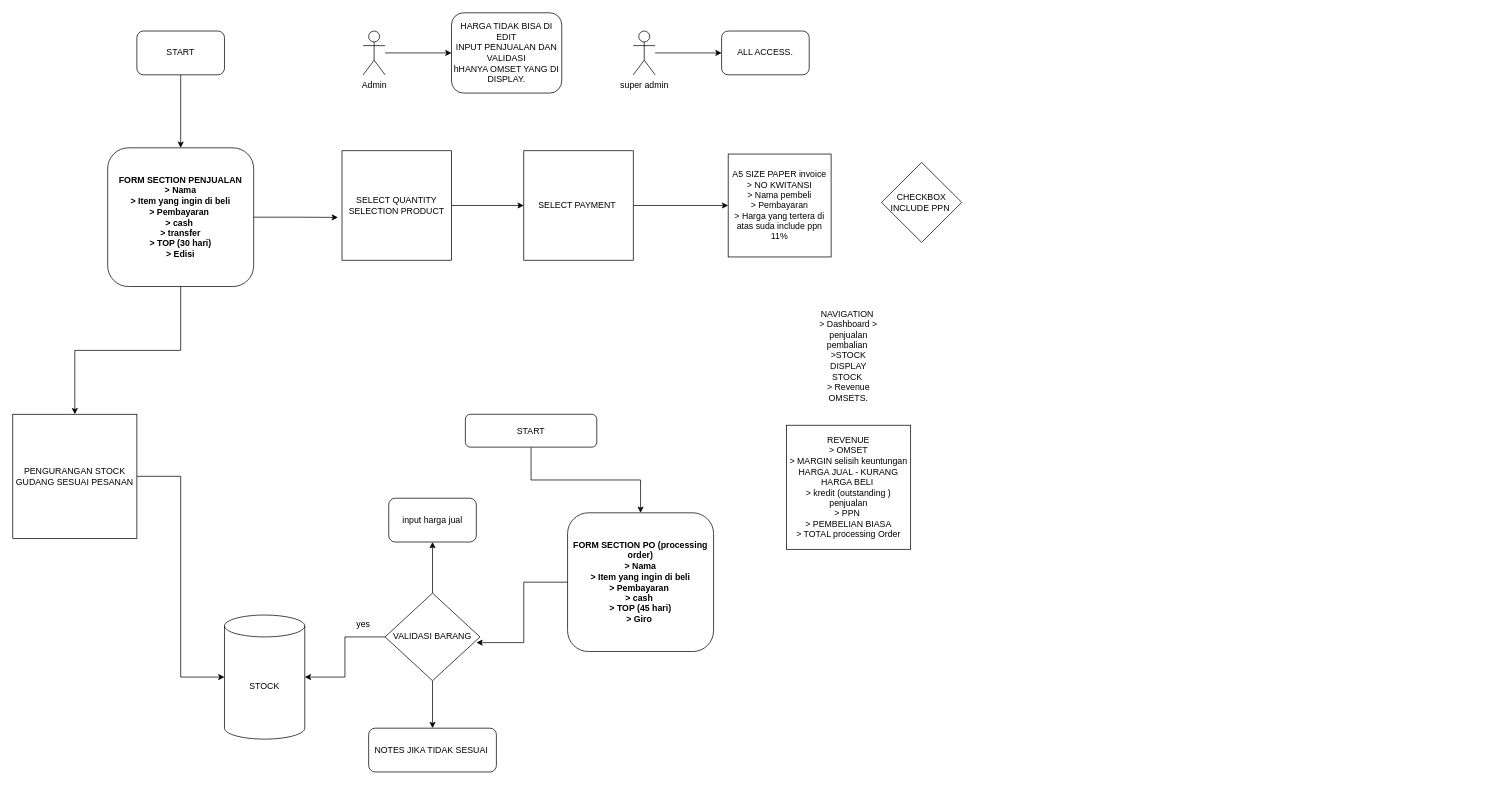
azzaky9/feature-docs keeps this draw.io diagram as flow.drawio. Above is the earlier version. Source tidied: cells renumbered, new cells numbered last; positions are measured from the earlier drawing's top-left corner, leaving out a move shared by most shapes. Both pictures are drawn from the tidied source at 73%, with x=0, y=0 at pixel (12, 12).
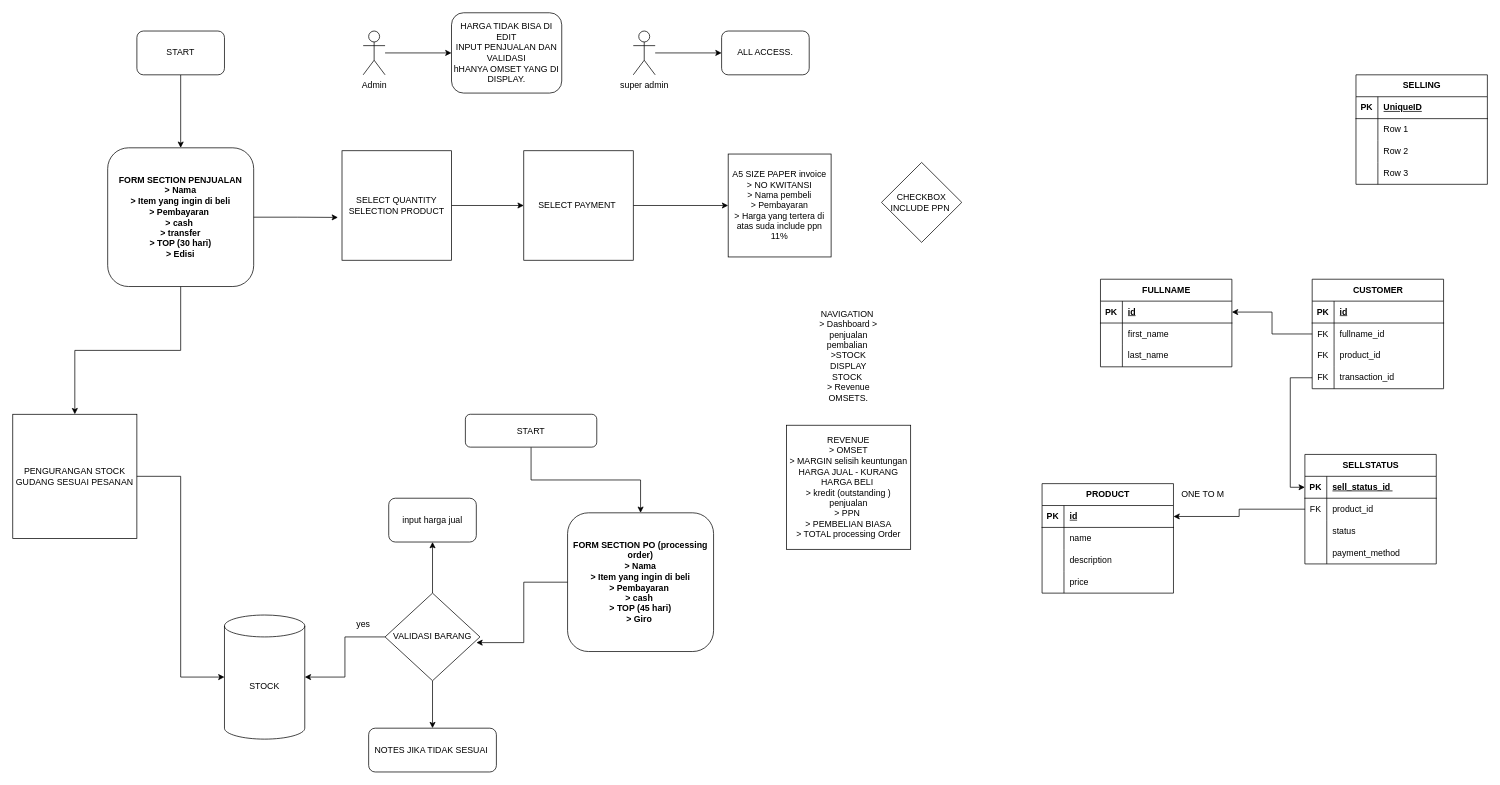
The same page after the edit.

Change to the diagram source:
```diff
@@
+    <mxCell id="36" style="edgeStyle=orthogonalEdgeStyle;rounded=0;jettySize=auto;html=1;entryX=1;entryY=0.5;entryDx=0;entryDy=0;" parent="1" edge="1" source="37" target="77">
+      <mxGeometry relative="1" as="geometry" />
+    </mxCell>
+    <mxCell id="37" value="CUSTOMER" style="shape=table;startSize=30;childLayout=tableLayout;rowLines=0;fontStyle=1;align=center;html=1;" parent="1" vertex="1">
+      <mxGeometry x="1780" y="365" width="180" height="150" as="geometry" />
+    </mxCell>
+    <mxCell id="38" style="shape=tableRow;horizontal=0;startSize=0;swimlaneHead=0;swimlaneBody=0;fillColor=none;top=0;left=0;right=0;bottom=1;" parent="37" vertex="1">
+      <mxGeometry y="30" width="180" height="30" as="geometry" />
+    </mxCell>
+    <mxCell id="39" value="PK" style="shape=partialRectangle;fillColor=none;top=0;left=0;bottom=0;right=0;fontStyle=1;overflow=hidden;whiteSpace=wrap;html=1;" parent="38" vertex="1">
+      <mxGeometry width="30" height="30" as="geometry" />
+    </mxCell>
+    <mxCell id="40" value="id" style="shape=partialRectangle;fillColor=none;top=0;left=0;bottom=0;right=0;align=left;spacingLeft=6;fontStyle=5;overflow=hidden;whiteSpace=wrap;html=1;" parent="38" vertex="1">
+      <mxGeometry x="30" width="150" height="30" as="geometry" />
+    </mxCell>
+    <mxCell id="41" style="shape=tableRow;horizontal=0;startSize=0;swimlaneHead=0;swimlaneBody=0;fillColor=none;top=0;left=0;right=0;bottom=0;" parent="37" vertex="1">
+      <mxGeometry y="60" width="180" height="30" as="geometry" />
+    </mxCell>
+    <mxCell id="42" value="FK" style="shape=partialRectangle;fillColor=none;top=0;left=0;bottom=0;right=0;overflow=hidden;whiteSpace=wrap;html=1;" parent="41" vertex="1">
+      <mxGeometry width="30" height="30" as="geometry" />
+    </mxCell>
+    <mxCell id="43" value="fullname_id" style="shape=partialRectangle;fillColor=none;top=0;left=0;bottom=0;right=0;align=left;spacingLeft=6;overflow=hidden;whiteSpace=wrap;html=1;" parent="41" vertex="1">
+      <mxGeometry x="30" width="150" height="30" as="geometry" />
+    </mxCell>
+    <mxCell id="44" style="shape=tableRow;horizontal=0;startSize=0;swimlaneHead=0;swimlaneBody=0;fillColor=none;top=0;left=0;right=0;bottom=0;" parent="37" vertex="1">
+      <mxGeometry y="90" width="180" height="30" as="geometry" />
+    </mxCell>
+    <mxCell id="45" value="FK" style="shape=partialRectangle;fillColor=none;top=0;left=0;bottom=0;right=0;overflow=hidden;whiteSpace=wrap;html=1;" parent="44" vertex="1">
+      <mxGeometry width="30" height="30" as="geometry" />
+    </mxCell>
+    <mxCell id="46" value="product_id" style="shape=partialRectangle;fillColor=none;top=0;left=0;bottom=0;right=0;align=left;spacingLeft=6;overflow=hidden;whiteSpace=wrap;html=1;" parent="44" vertex="1">
+      <mxGeometry x="30" width="150" height="30" as="geometry" />
+    </mxCell>
+    <mxCell id="47" style="shape=tableRow;horizontal=0;startSize=0;swimlaneHead=0;swimlaneBody=0;fillColor=none;points=[[0,0.5],[1,0.5]];portConstraint=eastwest;top=0;left=0;right=0;bottom=0;" parent="37" vertex="1">
+      <mxGeometry y="120" width="180" height="30" as="geometry" />
+    </mxCell>
+    <mxCell id="48" value="FK" style="shape=partialRectangle;fillColor=none;top=0;left=0;bottom=0;right=0;overflow=hidden;whiteSpace=wrap;html=1;" parent="47" vertex="1">
+      <mxGeometry width="30" height="30" as="geometry" />
+    </mxCell>
+    <mxCell id="49" value="transaction_id&lt;br&gt;" style="shape=partialRectangle;fillColor=none;top=0;left=0;bottom=0;right=0;align=left;spacingLeft=6;overflow=hidden;whiteSpace=wrap;html=1;" parent="47" vertex="1">
+      <mxGeometry x="30" width="150" height="30" as="geometry" />
+    </mxCell>
+    <mxCell id="50" value="PRODUCT" style="shape=table;startSize=30;childLayout=tableLayout;rowLines=0;fontStyle=1;align=center;html=1;" parent="1" vertex="1">
+      <mxGeometry x="1410" y="645" width="180" height="150" as="geometry" />
+    </mxCell>
+    <mxCell id="51" style="shape=tableRow;horizontal=0;startSize=0;swimlaneHead=0;swimlaneBody=0;fillColor=none;points=[[0,0.5],[1,0.5]];portConstraint=eastwest;top=0;left=0;right=0;bottom=1;" parent="50" vertex="1">
+      <mxGeometry y="30" width="180" height="30" as="geometry" />
+    </mxCell>
+    <mxCell id="52" value="PK" style="shape=partialRectangle;fillColor=none;top=0;left=0;bottom=0;right=0;fontStyle=1;overflow=hidden;whiteSpace=wrap;html=1;" parent="51" vertex="1">
+      <mxGeometry width="30" height="30" as="geometry" />
+    </mxCell>
+    <mxCell id="53" value="id" style="shape=partialRectangle;fillColor=none;top=0;left=0;bottom=0;right=0;align=left;spacingLeft=6;fontStyle=5;overflow=hidden;whiteSpace=wrap;html=1;" parent="51" vertex="1">
+      <mxGeometry x="30" width="150" height="30" as="geometry" />
+    </mxCell>
+    <mxCell id="54" style="shape=tableRow;horizontal=0;startSize=0;swimlaneHead=0;swimlaneBody=0;fillColor=none;top=0;left=0;right=0;bottom=0;" parent="50" vertex="1">
+      <mxGeometry y="60" width="180" height="30" as="geometry" />
+    </mxCell>
+    <mxCell id="55" style="shape=partialRectangle;fillColor=none;top=0;left=0;bottom=0;right=0;overflow=hidden;whiteSpace=wrap;html=1;" parent="54" vertex="1">
+      <mxGeometry width="30" height="30" as="geometry" />
+    </mxCell>
+    <mxCell id="56" value="name" style="shape=partialRectangle;fillColor=none;top=0;left=0;bottom=0;right=0;align=left;spacingLeft=6;overflow=hidden;whiteSpace=wrap;html=1;" parent="54" vertex="1">
+      <mxGeometry x="30" width="150" height="30" as="geometry" />
+    </mxCell>
+    <mxCell id="57" style="shape=tableRow;horizontal=0;startSize=0;swimlaneHead=0;swimlaneBody=0;fillColor=none;top=0;left=0;right=0;bottom=0;" parent="50" vertex="1">
+      <mxGeometry y="90" width="180" height="30" as="geometry" />
+    </mxCell>
+    <mxCell id="58" style="shape=partialRectangle;fillColor=none;top=0;left=0;bottom=0;right=0;overflow=hidden;whiteSpace=wrap;html=1;" parent="57" vertex="1">
+      <mxGeometry width="30" height="30" as="geometry" />
+    </mxCell>
+    <mxCell id="59" value="description" style="shape=partialRectangle;fillColor=none;top=0;left=0;bottom=0;right=0;align=left;spacingLeft=6;overflow=hidden;whiteSpace=wrap;html=1;" parent="57" vertex="1">
+      <mxGeometry x="30" width="150" height="30" as="geometry" />
+    </mxCell>
+    <mxCell id="60" style="shape=tableRow;horizontal=0;startSize=0;swimlaneHead=0;swimlaneBody=0;fillColor=none;top=0;left=0;right=0;bottom=0;" parent="50" vertex="1">
+      <mxGeometry y="120" width="180" height="30" as="geometry" />
+    </mxCell>
+    <mxCell id="61" style="shape=partialRectangle;fillColor=none;top=0;left=0;bottom=0;right=0;overflow=hidden;whiteSpace=wrap;html=1;" parent="60" vertex="1">
+      <mxGeometry width="30" height="30" as="geometry" />
+    </mxCell>
+    <mxCell id="62" value="price" style="shape=partialRectangle;fillColor=none;top=0;left=0;bottom=0;right=0;align=left;spacingLeft=6;overflow=hidden;whiteSpace=wrap;html=1;" parent="60" vertex="1">
+      <mxGeometry x="30" width="150" height="30" as="geometry" />
+    </mxCell>
+    <mxCell id="63" value="SELLING" style="shape=table;startSize=30;childLayout=tableLayout;rowLines=0;fontStyle=1;align=center;html=1;" parent="1" vertex="1">
+      <mxGeometry x="1840" y="85" width="180" height="150" as="geometry" />
+    </mxCell>
+    <mxCell id="64" style="shape=tableRow;horizontal=0;startSize=0;swimlaneHead=0;swimlaneBody=0;fillColor=none;top=0;left=0;right=0;bottom=1;" parent="63" vertex="1">
+      <mxGeometry y="30" width="180" height="30" as="geometry" />
+    </mxCell>
+    <mxCell id="65" value="PK" style="shape=partialRectangle;fillColor=none;top=0;left=0;bottom=0;right=0;fontStyle=1;overflow=hidden;whiteSpace=wrap;html=1;" parent="64" vertex="1">
+      <mxGeometry width="30" height="30" as="geometry" />
+    </mxCell>
+    <mxCell id="66" value="UniqueID" style="shape=partialRectangle;fillColor=none;top=0;left=0;bottom=0;right=0;align=left;spacingLeft=6;fontStyle=5;overflow=hidden;whiteSpace=wrap;html=1;" parent="64" vertex="1">
+      <mxGeometry x="30" width="150" height="30" as="geometry" />
+    </mxCell>
+    <mxCell id="67" style="shape=tableRow;horizontal=0;startSize=0;swimlaneHead=0;swimlaneBody=0;fillColor=none;top=0;left=0;right=0;bottom=0;" parent="63" vertex="1">
+      <mxGeometry y="60" width="180" height="30" as="geometry" />
+    </mxCell>
+    <mxCell id="68" style="shape=partialRectangle;fillColor=none;top=0;left=0;bottom=0;right=0;overflow=hidden;whiteSpace=wrap;html=1;" parent="67" vertex="1">
+      <mxGeometry width="30" height="30" as="geometry" />
+    </mxCell>
+    <mxCell id="69" value="Row 1" style="shape=partialRectangle;fillColor=none;top=0;left=0;bottom=0;right=0;align=left;spacingLeft=6;overflow=hidden;whiteSpace=wrap;html=1;" parent="67" vertex="1">
+      <mxGeometry x="30" width="150" height="30" as="geometry" />
+    </mxCell>
+    <mxCell id="70" style="shape=tableRow;horizontal=0;startSize=0;swimlaneHead=0;swimlaneBody=0;fillColor=none;top=0;left=0;right=0;bottom=0;" parent="63" vertex="1">
+      <mxGeometry y="90" width="180" height="30" as="geometry" />
+    </mxCell>
+    <mxCell id="71" style="shape=partialRectangle;fillColor=none;top=0;left=0;bottom=0;right=0;overflow=hidden;whiteSpace=wrap;html=1;" parent="70" vertex="1">
+      <mxGeometry width="30" height="30" as="geometry" />
+    </mxCell>
+    <mxCell id="72" value="Row 2" style="shape=partialRectangle;fillColor=none;top=0;left=0;bottom=0;right=0;align=left;spacingLeft=6;overflow=hidden;whiteSpace=wrap;html=1;" parent="70" vertex="1">
+      <mxGeometry x="30" width="150" height="30" as="geometry" />
+    </mxCell>
+    <mxCell id="73" style="shape=tableRow;horizontal=0;startSize=0;swimlaneHead=0;swimlaneBody=0;fillColor=none;top=0;left=0;right=0;bottom=0;" parent="63" vertex="1">
+      <mxGeometry y="120" width="180" height="30" as="geometry" />
+    </mxCell>
+    <mxCell id="74" style="shape=partialRectangle;fillColor=none;top=0;left=0;bottom=0;right=0;overflow=hidden;whiteSpace=wrap;html=1;" parent="73" vertex="1">
+      <mxGeometry width="30" height="30" as="geometry" />
+    </mxCell>
+    <mxCell id="75" value="Row 3" style="shape=partialRectangle;fillColor=none;top=0;left=0;bottom=0;right=0;align=left;spacingLeft=6;overflow=hidden;whiteSpace=wrap;html=1;" parent="73" vertex="1">
+      <mxGeometry x="30" width="150" height="30" as="geometry" />
+    </mxCell>
+    <mxCell id="76" value="FULLNAME" style="shape=table;startSize=30;childLayout=tableLayout;rowLines=0;fontStyle=1;align=center;html=1;" parent="1" vertex="1">
+      <mxGeometry x="1490" y="365" width="180" height="120" as="geometry" />
+    </mxCell>
+    <mxCell id="77" style="shape=tableRow;horizontal=0;startSize=0;swimlaneHead=0;swimlaneBody=0;fillColor=none;points=[[0,0.5],[1,0.5]];portConstraint=eastwest;top=0;left=0;right=0;bottom=1;" parent="76" vertex="1">
+      <mxGeometry y="30" width="180" height="30" as="geometry" />
+    </mxCell>
+    <mxCell id="78" value="PK" style="shape=partialRectangle;fillColor=none;top=0;left=0;bottom=0;right=0;fontStyle=1;overflow=hidden;whiteSpace=wrap;html=1;" parent="77" vertex="1">
+      <mxGeometry width="30" height="30" as="geometry" />
+    </mxCell>
+    <mxCell id="79" value="id" style="shape=partialRectangle;fillColor=none;top=0;left=0;bottom=0;right=0;align=left;spacingLeft=6;fontStyle=5;overflow=hidden;whiteSpace=wrap;html=1;" parent="77" vertex="1">
+      <mxGeometry x="30" width="150" height="30" as="geometry" />
+    </mxCell>
+    <mxCell id="80" style="shape=tableRow;horizontal=0;startSize=0;swimlaneHead=0;swimlaneBody=0;fillColor=none;top=0;left=0;right=0;bottom=0;" parent="76" vertex="1">
+      <mxGeometry y="60" width="180" height="30" as="geometry" />
+    </mxCell>
+    <mxCell id="81" style="shape=partialRectangle;fillColor=none;top=0;left=0;bottom=0;right=0;overflow=hidden;whiteSpace=wrap;html=1;" parent="80" vertex="1">
+      <mxGeometry width="30" height="30" as="geometry" />
+    </mxCell>
+    <mxCell id="82" value="first_name&amp;nbsp;" style="shape=partialRectangle;fillColor=none;top=0;left=0;bottom=0;right=0;align=left;spacingLeft=6;overflow=hidden;whiteSpace=wrap;html=1;" parent="80" vertex="1">
+      <mxGeometry x="30" width="150" height="30" as="geometry" />
+    </mxCell>
+    <mxCell id="83" style="shape=tableRow;horizontal=0;startSize=0;swimlaneHead=0;swimlaneBody=0;fillColor=none;top=0;left=0;right=0;bottom=0;" parent="76" vertex="1">
+      <mxGeometry y="90" width="180" height="30" as="geometry" />
+    </mxCell>
+    <mxCell id="84" style="shape=partialRectangle;fillColor=none;top=0;left=0;bottom=0;right=0;overflow=hidden;whiteSpace=wrap;html=1;" parent="83" vertex="1">
+      <mxGeometry width="30" height="30" as="geometry" />
+    </mxCell>
+    <mxCell id="85" value="last_name" style="shape=partialRectangle;fillColor=none;top=0;left=0;bottom=0;right=0;align=left;spacingLeft=6;overflow=hidden;whiteSpace=wrap;html=1;" parent="83" vertex="1">
+      <mxGeometry x="30" width="150" height="30" as="geometry" />
+    </mxCell>
+    <mxCell id="86" value="SELLSTATUS" style="shape=table;startSize=30;childLayout=tableLayout;rowLines=0;fontStyle=1;align=center;html=1;" parent="1" vertex="1">
+      <mxGeometry x="1770" y="605" width="180" height="150" as="geometry" />
+    </mxCell>
+    <mxCell id="87" style="shape=tableRow;horizontal=0;startSize=0;swimlaneHead=0;swimlaneBody=0;fillColor=none;points=[[0,0.5],[1,0.5]];portConstraint=eastwest;top=0;left=0;right=0;bottom=1;" parent="86" vertex="1">
+      <mxGeometry y="30" width="180" height="30" as="geometry" />
+    </mxCell>
+    <mxCell id="88" value="PK" style="shape=partialRectangle;fillColor=none;top=0;left=0;bottom=0;right=0;fontStyle=1;overflow=hidden;whiteSpace=wrap;html=1;" parent="87" vertex="1">
+      <mxGeometry width="30" height="30" as="geometry" />
+    </mxCell>
+    <mxCell id="89" value="sell_status_id&amp;nbsp;" style="shape=partialRectangle;fillColor=none;top=0;left=0;bottom=0;right=0;align=left;spacingLeft=6;fontStyle=5;overflow=hidden;whiteSpace=wrap;html=1;" parent="87" vertex="1">
+      <mxGeometry x="30" width="150" height="30" as="geometry" />
+    </mxCell>
+    <mxCell id="90" style="shape=tableRow;horizontal=0;startSize=0;swimlaneHead=0;swimlaneBody=0;fillColor=none;points=[[0,0.5],[1,0.5]];portConstraint=eastwest;top=0;left=0;right=0;bottom=0;" parent="86" vertex="1">
+      <mxGeometry y="60" width="180" height="30" as="geometry" />
+    </mxCell>
+    <mxCell id="91" value="FK" style="shape=partialRectangle;fillColor=none;top=0;left=0;bottom=0;right=0;overflow=hidden;whiteSpace=wrap;html=1;" parent="90" vertex="1">
+      <mxGeometry width="30" height="30" as="geometry" />
+    </mxCell>
+    <mxCell id="92" value="product_id" style="shape=partialRectangle;fillColor=none;top=0;left=0;bottom=0;right=0;align=left;spacingLeft=6;overflow=hidden;whiteSpace=wrap;html=1;" parent="90" vertex="1">
+      <mxGeometry x="30" width="150" height="30" as="geometry" />
+    </mxCell>
+    <mxCell id="93" style="shape=tableRow;horizontal=0;startSize=0;swimlaneHead=0;swimlaneBody=0;fillColor=none;top=0;left=0;right=0;bottom=0;" parent="86" vertex="1">
+      <mxGeometry y="90" width="180" height="30" as="geometry" />
+    </mxCell>
+    <mxCell id="94" style="shape=partialRectangle;fillColor=none;top=0;left=0;bottom=0;right=0;overflow=hidden;whiteSpace=wrap;html=1;" parent="93" vertex="1">
+      <mxGeometry width="30" height="30" as="geometry" />
+    </mxCell>
+    <mxCell id="95" value="status" style="shape=partialRectangle;fillColor=none;top=0;left=0;bottom=0;right=0;align=left;spacingLeft=6;overflow=hidden;whiteSpace=wrap;html=1;" parent="93" vertex="1">
+      <mxGeometry x="30" width="150" height="30" as="geometry" />
+    </mxCell>
+    <mxCell id="96" style="shape=tableRow;horizontal=0;startSize=0;swimlaneHead=0;swimlaneBody=0;fillColor=none;top=0;left=0;right=0;bottom=0;" parent="86" vertex="1">
+      <mxGeometry y="120" width="180" height="30" as="geometry" />
+    </mxCell>
+    <mxCell id="97" style="shape=partialRectangle;fillColor=none;top=0;left=0;bottom=0;right=0;overflow=hidden;whiteSpace=wrap;html=1;" parent="96" vertex="1">
+      <mxGeometry width="30" height="30" as="geometry" />
+    </mxCell>
+    <mxCell id="98" value="payment_method" style="shape=partialRectangle;fillColor=none;top=0;left=0;bottom=0;right=0;align=left;spacingLeft=6;overflow=hidden;whiteSpace=wrap;html=1;" parent="96" vertex="1">
+      <mxGeometry x="30" width="150" height="30" as="geometry" />
+    </mxCell>
+    <mxCell id="99" style="edgeStyle=orthogonalEdgeStyle;rounded=0;jettySize=auto;html=1;entryX=1;entryY=0.5;entryDx=0;entryDy=0;" parent="1" edge="1" source="90" target="51">
+      <mxGeometry relative="1" as="geometry" />
+    </mxCell>
+    <mxCell id="100" style="edgeStyle=orthogonalEdgeStyle;rounded=0;jettySize=auto;html=1;entryX=0;entryY=0.5;entryDx=0;entryDy=0;" parent="1" edge="1" source="47" target="87">
+      <mxGeometry relative="1" as="geometry" />
+    </mxCell>
+    <mxCell id="101" value="ONE TO M" style="text;html=1;align=center;verticalAlign=middle;strokeColor=none;fillColor=none;" parent="1" vertex="1">
+      <mxGeometry x="1590" y="645" width="80" height="30" as="geometry" />
+    </mxCell>
```
